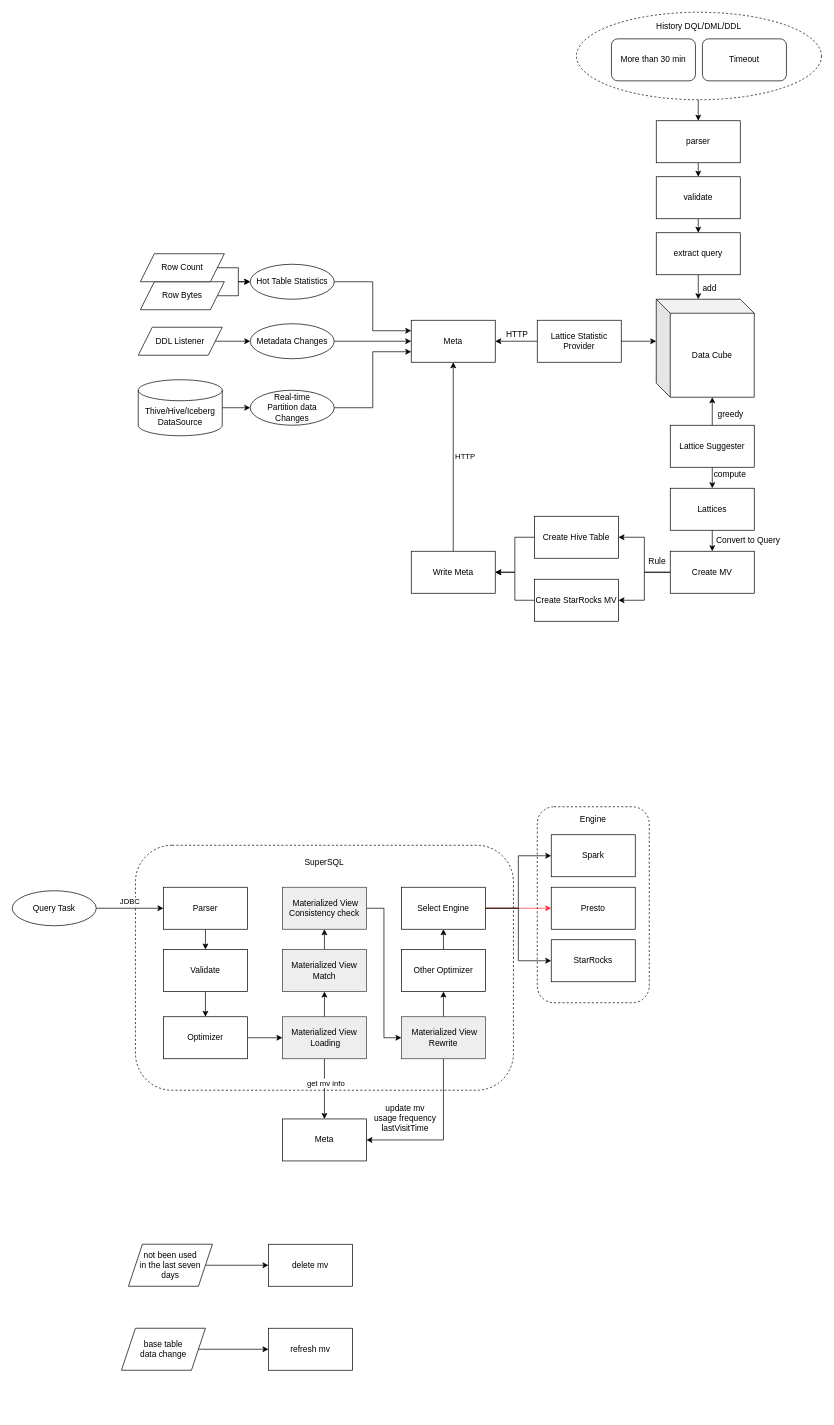
The draw.io diagram 自动物化视图.drawio in allendang001/charts, before the edit. Source tidied: cells renumbered, new cells numbered last; positions are measured from the earlier drawing's top-left corner, leaving out a move shared by most shapes. Both pictures are drawn from the tidied source at 70%, with x=0, y=0 at pixel (12, 12).
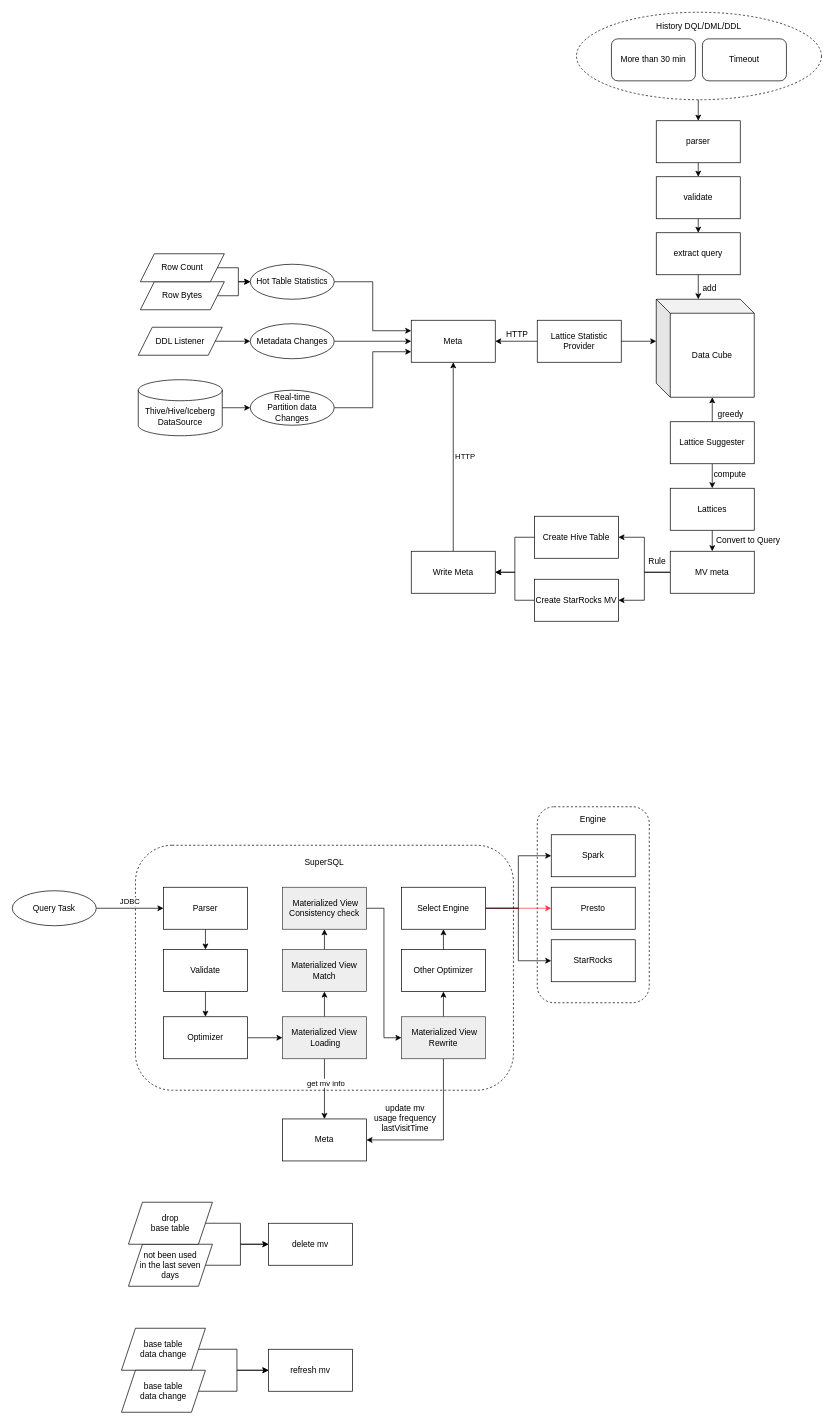
The same page after the edit.

Commit message:
更新自动物化视图.drawio

The change refers to these unchanged cells:
```xml
<mxCell id="28" value="Lattices" style="rounded=0;whiteSpace=wrap;html=1;" parent="1" vertex="1">
  <mxGeometry x="940" y="680" width="120" height="60" as="geometry" />
</mxCell>
```

Change to the diagram source:
```diff
@@
     <mxCell id="14" value="Lattice Suggester" style="rounded=0;whiteSpace=wrap;html=1;" parent="1" vertex="1">
-      <mxGeometry x="940" y="590" width="120" height="60" as="geometry" />
+      <mxGeometry x="940" y="585" width="120" height="60" as="geometry" />
     </mxCell>
@@
-    <mxCell id="27" style="edgeStyle=orthogonalEdgeStyle;rounded=0;jettySize=auto;html=1;exitX=0.5;exitY=1;exitDx=0;exitDy=0;entryX=0.5;entryY=0;entryDx=0;entryDy=0;" parent="1" edge="1" source="28" target="31">
+    <mxCell id="27" style="edgeStyle=orthogonalEdgeStyle;rounded=0;jettySize=auto;html=1;entryX=0.5;entryY=0;entryDx=0;entryDy=0;exitX=0.5;exitY=1;exitDx=0;exitDy=0;" parent="1" edge="1" source="28" target="31">
       <mxGeometry relative="1" as="geometry" />
     </mxCell>
@@
-    <mxCell id="31" value="Create MV" style="rounded=0;whiteSpace=wrap;html=1;" parent="1" vertex="1">
+    <mxCell id="31" value="MV meta" style="rounded=0;whiteSpace=wrap;html=1;" parent="1" vertex="1">
       <mxGeometry x="940" y="770" width="120" height="60" as="geometry" />
     </mxCell>
@@
     <mxCell id="85" value="delete mv" style="rounded=0;whiteSpace=wrap;html=1;" parent="1" vertex="1">
-      <mxGeometry x="366" y="1760" width="120" height="60" as="geometry" />
+      <mxGeometry x="366" y="1730" width="120" height="60" as="geometry" />
     </mxCell>
@@
     <mxCell id="90" value="refresh mv" style="rounded=0;whiteSpace=wrap;html=1;" parent="1" vertex="1">
-      <mxGeometry x="366" y="1880" width="120" height="60" as="geometry" />
+      <mxGeometry x="366" y="1910" width="120" height="60" as="geometry" />
     </mxCell>
+    <mxCell id="91" style="edgeStyle=orthogonalEdgeStyle;rounded=0;jettySize=auto;html=1;exitX=1;exitY=0.5;exitDx=0;exitDy=0;entryX=0;entryY=0.5;entryDx=0;entryDy=0;" parent="1" edge="1" source="92" target="85">
+      <mxGeometry relative="1" as="geometry" />
+    </mxCell>
+    <mxCell id="92" value="drop&lt;br&gt;base table" style="shape=parallelogram;perimeter=parallelogramPerimeter;whiteSpace=wrap;html=1;fixedSize=1;" parent="1" vertex="1">
+      <mxGeometry x="166" y="1700" width="120" height="60" as="geometry" />
+    </mxCell>
+    <mxCell id="93" style="edgeStyle=orthogonalEdgeStyle;rounded=0;jettySize=auto;html=1;exitX=1;exitY=0.5;exitDx=0;exitDy=0;entryX=0;entryY=0.5;entryDx=0;entryDy=0;" parent="1" edge="1" source="94" target="90">
+      <mxGeometry relative="1" as="geometry" />
+    </mxCell>
+    <mxCell id="94" value="base table &lt;br&gt;data change" style="shape=parallelogram;perimeter=parallelogramPerimeter;whiteSpace=wrap;html=1;fixedSize=1;" parent="1" vertex="1">
+      <mxGeometry x="156" y="1940" width="120" height="60" as="geometry" />
+    </mxCell>
```
